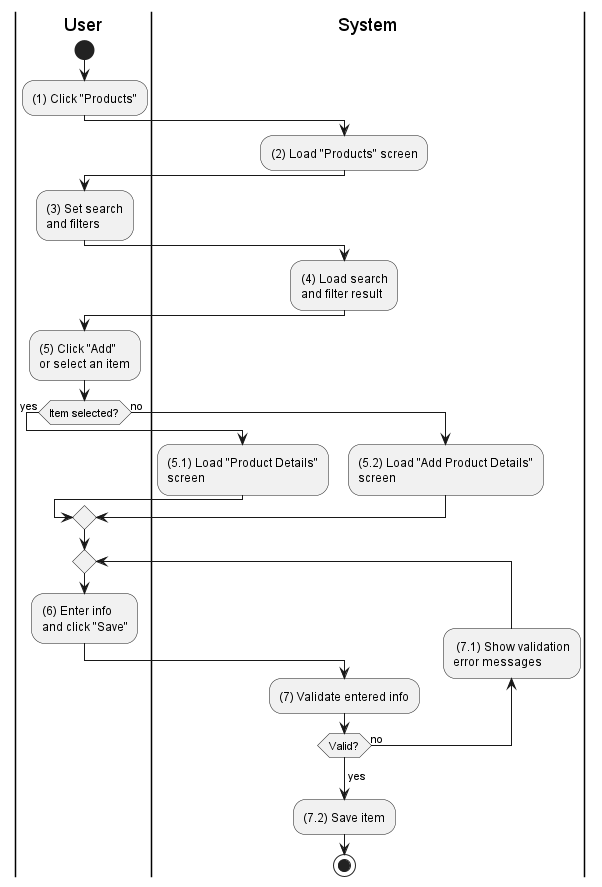
This is activities/product-manage.png from phihungha/scmss-reqs, a PlantUML export, as it was before one commit. Source of this version:
```plantuml
@startuml product-manage
|u|User
|s|System

|u|
start
:(1) Click "Products";

|s|
:(2) Load "Products" screen;

|u|
:(3) Set search\nand filters;

|s|
:(4) Load search\nand filter result;

|u|
:(5) Click "Add"\nor select an item;

if (Item selected?) then (yes)
|s|
:(5.1) Load "Product Details"\nscreen;
else (no)
:(5.2) Load "Add Product Details"\nscreen;
endif

|u|
repeat
    :(6) Enter info\nand click "Save";

    |s|
    :(7) Validate entered info;
    backward: (7.1) Show validation\nerror messages;
repeat while (Valid?) is (no)
->yes;
:(7.2) Save item;
stop
@enduml
```
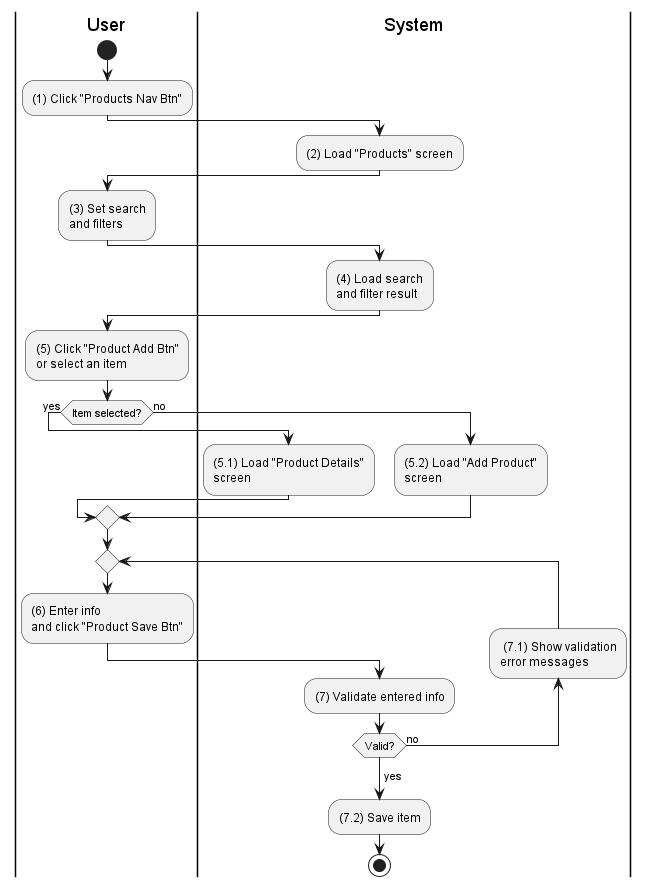
The same diagram one commit later.

Diff of the diagram source:
```diff
@@ -4,7 +4,7 @@
 
 |u|
 start
-:(1) Click "Products";
+:(1) Click "Products Nav Btn";
 
 |s|
 :(2) Load "Products" screen;
@@ -16,18 +16,18 @@
 :(4) Load search\nand filter result;
 
 |u|
-:(5) Click "Add"\nor select an item;
+:(5) Click "Product Add Btn"\nor select an item;
 
 if (Item selected?) then (yes)
 |s|
 :(5.1) Load "Product Details"\nscreen;
 else (no)
-:(5.2) Load "Add Product Details"\nscreen;
+:(5.2) Load "Add Product"\nscreen;
 endif
 
 |u|
 repeat
-    :(6) Enter info\nand click "Save";
+    :(6) Enter info\nand click "Product Save Btn";
 
     |s|
     :(7) Validate entered info;
```
